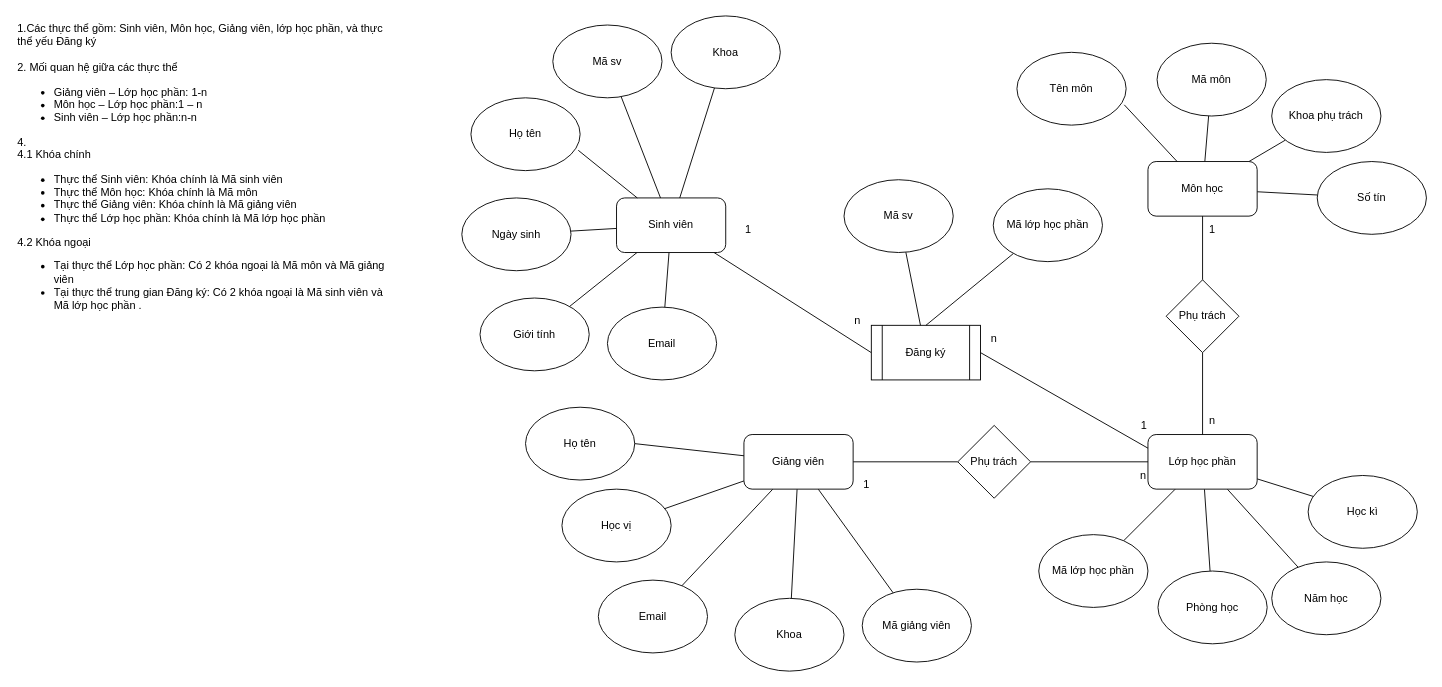
This is Untitled Diagram.drawio from DuyTrung8403/session1-rikkei, a draw.io file, before an edit. Source tidied: cells renumbered, new cells numbered last; positions are measured from the earlier drawing's top-left corner, leaving out a move shared by most shapes. Both pictures are drawn from the tidied source at 91%, with x=0, y=0 at pixel (15, 15).
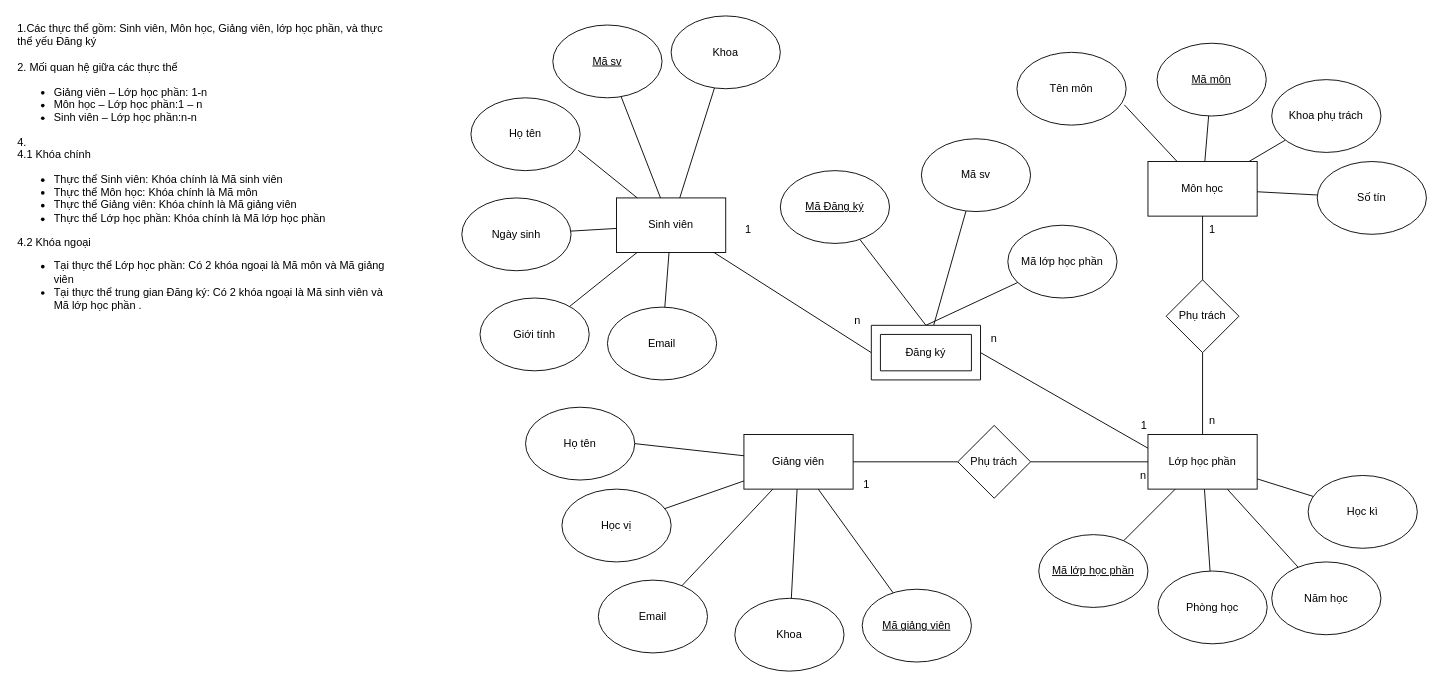
The same page after the edit.

Change to the diagram source:
```diff
@@
-    <mxCell id="7" style="rounded=0;jettySize=auto;html=1;entryX=0;entryY=0.5;entryDx=0;entryDy=0;endArrow=none;endFill=0;" parent="1" edge="1" source="8" target="55">
-      <mxGeometry relative="1" as="geometry" />
+    <mxCell id="7" style="rounded=0;jettySize=auto;html=1;entryX=0;entryY=0.5;entryDx=0;entryDy=0;endArrow=none;endFill=0;" parent="1" edge="1" source="8">
+      <mxGeometry relative="1" as="geometry">
+        <mxPoint x="940" y="370" as="targetPoint" />
+      </mxGeometry>
     </mxCell>
-    <mxCell id="8" value="Sinh viên" style="rounded=1;whiteSpace=wrap;html=1;" parent="1" vertex="1">
+    <mxCell id="8" value="Sinh viên" style="rounded=0;whiteSpace=wrap;html=1;" parent="1" vertex="1">
       <mxGeometry x="660" y="200" width="120" height="60" as="geometry" />
     </mxCell>
@@
-    <mxCell id="10" value="Mã sv" style="ellipse;whiteSpace=wrap;html=1;" parent="1" vertex="1">
+    <mxCell id="10" value="Mã sv" style="ellipse;whiteSpace=wrap;html=1;fontStyle=4;" parent="1" vertex="1">
       <mxGeometry x="590" y="10" width="120" height="80" as="geometry" />
     </mxCell>
@@
-    <mxCell id="21" value="Giảng viên" style="rounded=1;whiteSpace=wrap;html=1;" parent="1" vertex="1">
+    <mxCell id="21" value="Giảng viên" style="rounded=0;whiteSpace=wrap;html=1;strokeColor=default;align=center;verticalAlign=middle;fontFamily=Helvetica;fontSize=12;fontColor=default;fillColor=default;" parent="1" vertex="1">
       <mxGeometry x="800" y="460" width="120" height="60" as="geometry" />
     </mxCell>
@@
-    <mxCell id="23" value="Mã giảng viên" style="ellipse;whiteSpace=wrap;html=1;" parent="1" vertex="1">
+    <mxCell id="23" value="Mã giảng viên" style="ellipse;whiteSpace=wrap;html=1;fontStyle=4;" parent="1" vertex="1">
       <mxGeometry x="930" y="630" width="120" height="80" as="geometry" />
     </mxCell>
@@
-    <mxCell id="31" value="Môn học" style="rounded=1;whiteSpace=wrap;html=1;" parent="1" vertex="1">
+    <mxCell id="31" value="Môn học" style="rounded=0;whiteSpace=wrap;html=1;strokeColor=default;align=center;verticalAlign=middle;fontFamily=Helvetica;fontSize=12;fontColor=default;fillColor=default;" parent="1" vertex="1">
       <mxGeometry x="1244" y="160" width="120" height="60" as="geometry" />
     </mxCell>
-    <mxCell id="32" value="Mã môn" style="ellipse;whiteSpace=wrap;html=1;" parent="1" vertex="1">
+    <mxCell id="32" value="Mã môn" style="ellipse;whiteSpace=wrap;html=1;fontStyle=4;" parent="1" vertex="1">
       <mxGeometry x="1254" y="30" width="120" height="80" as="geometry" />
     </mxCell>
@@
-    <mxCell id="41" value="Lớp học phần" style="rounded=1;whiteSpace=wrap;html=1;" parent="1" vertex="1">
+    <mxCell id="41" value="Lớp học phần" style="rounded=0;whiteSpace=wrap;html=1;strokeColor=default;align=center;verticalAlign=middle;fontFamily=Helvetica;fontSize=12;fontColor=default;fillColor=default;" parent="1" vertex="1">
       <mxGeometry x="1244" y="460" width="120" height="60" as="geometry" />
     </mxCell>
@@
-    <mxCell id="43" value="Mã lớp học phần" style="ellipse;whiteSpace=wrap;html=1;" parent="1" vertex="1">
+    <mxCell id="43" value="Mã lớp học phần" style="ellipse;whiteSpace=wrap;html=1;fontStyle=4;" parent="1" vertex="1">
       <mxGeometry x="1124" y="570" width="120" height="80" as="geometry" />
     </mxCell>
@@
-    <mxCell id="46" style="rounded=0;jettySize=auto;html=1;entryX=0;entryY=0.25;entryDx=0;entryDy=0;endArrow=none;endFill=0;exitX=1;exitY=0.5;exitDx=0;exitDy=0;" parent="1" edge="1" source="55" target="41">
-      <mxGeometry relative="1" as="geometry" />
+    <mxCell id="46" style="rounded=0;jettySize=auto;html=1;entryX=0;entryY=0.25;entryDx=0;entryDy=0;endArrow=none;endFill=0;exitX=1;exitY=0.5;exitDx=0;exitDy=0;" parent="1" edge="1" target="41">
+      <mxGeometry relative="1" as="geometry">
+        <mxPoint x="1060" y="370" as="sourcePoint" />
+      </mxGeometry>
     </mxCell>
@@
-    <mxCell id="55" value="Đăng ký" style="shape=process;whiteSpace=wrap;html=1;backgroundOutline=1;" parent="1" vertex="1">
-      <mxGeometry x="940" y="340" width="120" height="60" as="geometry" />
-    </mxCell>
@@
-    <mxCell id="61" style="rounded=0;jettySize=auto;html=1;endArrow=none;endFill=0;" parent="1" edge="1" source="62" target="55">
-      <mxGeometry relative="1" as="geometry" />
+    <mxCell id="61" style="rounded=0;jettySize=auto;html=1;endArrow=none;endFill=0;" parent="1" edge="1" source="62">
+      <mxGeometry relative="1" as="geometry">
+        <mxPoint x="1008.5" y="340" as="targetPoint" />
+      </mxGeometry>
     </mxCell>
     <mxCell id="62" value="Mã sv" style="ellipse;whiteSpace=wrap;html=1;" parent="1" vertex="1">
-      <mxGeometry x="910" y="180" width="120" height="80" as="geometry" />
+      <mxGeometry x="995" y="135" width="120" height="80" as="geometry" />
     </mxCell>
-    <mxCell id="63" style="rounded=0;jettySize=auto;html=1;entryX=0.5;entryY=0;entryDx=0;entryDy=0;endArrow=none;endFill=0;" parent="1" edge="1" source="64" target="55">
-      <mxGeometry relative="1" as="geometry" />
+    <mxCell id="63" style="rounded=0;jettySize=auto;html=1;entryX=0.5;entryY=0;entryDx=0;entryDy=0;endArrow=none;endFill=0;" parent="1" edge="1" source="64">
+      <mxGeometry relative="1" as="geometry">
+        <mxPoint x="1000" y="340" as="targetPoint" />
+      </mxGeometry>
     </mxCell>
     <mxCell id="64" value="Mã lớp học phần" style="ellipse;whiteSpace=wrap;html=1;" parent="1" vertex="1">
-      <mxGeometry x="1074" y="190" width="120" height="80" as="geometry" />
+      <mxGeometry x="1090" y="230" width="120" height="80" as="geometry" />
     </mxCell>
@@
+    <mxCell id="66" style="rounded=0;jettySize=auto;html=1;entryX=0.5;entryY=0;entryDx=0;entryDy=0;endArrow=none;endFill=0;" parent="1" edge="1" source="67">
+      <mxGeometry relative="1" as="geometry">
+        <mxPoint x="1000" y="340" as="targetPoint" />
+      </mxGeometry>
+    </mxCell>
+    <mxCell id="67" value="Mã Đăng ký" style="ellipse;whiteSpace=wrap;html=1;fontStyle=4;" parent="1" vertex="1">
+      <mxGeometry x="840" y="170" width="120" height="80" as="geometry" />
+    </mxCell>
+    <mxCell id="68" style="verticalLabelPosition=bottom;verticalAlign=top;html=1;shape=mxgraph.basic.frame;dx=10;whiteSpace=wrap;" parent="1" vertex="1">
+      <mxGeometry x="940" y="340" width="120" height="60" as="geometry" />
+    </mxCell>
+    <mxCell id="55" value="Đăng ký" style="text;html=1;whiteSpace=wrap;strokeColor=none;fillColor=none;align=center;verticalAlign=middle;rounded=0;" parent="1" vertex="1">
+      <mxGeometry x="970" y="355" width="60" height="30" as="geometry" />
+    </mxCell>
```
